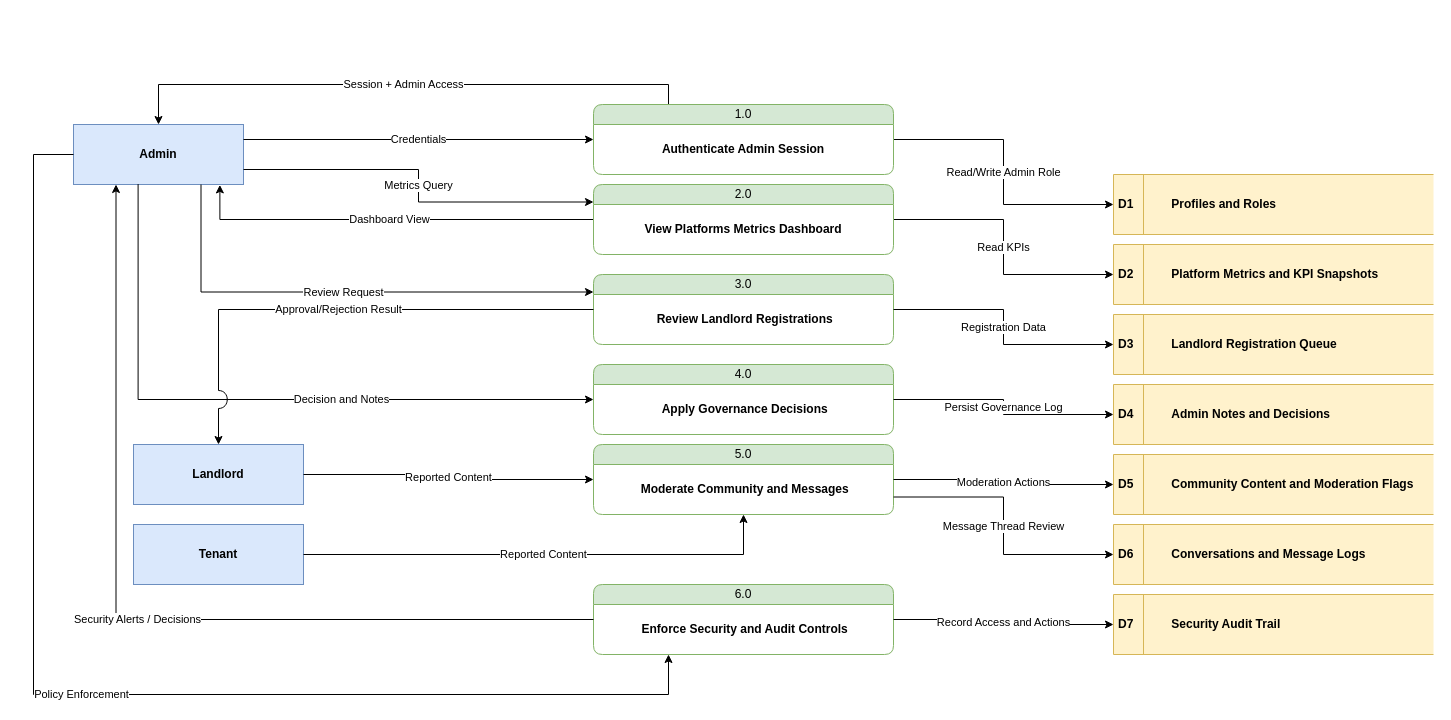
Earlier version of the draw.io diagram page "Admin DFD L1" (1 of 2) of docs/latest-documentations after major refactor/dfd-gane-sarson/dfd-level1-admin-gane-sarson.drawio (Sedictt/iReside---Capstone). Source tidied: cells renumbered, new cells numbered last; positions are measured from the earlier drawing's top-left corner, leaving out a move shared by most shapes. Both pictures are drawn from the tidied source at 100%, with x=0, y=0 at pixel (33, 104).
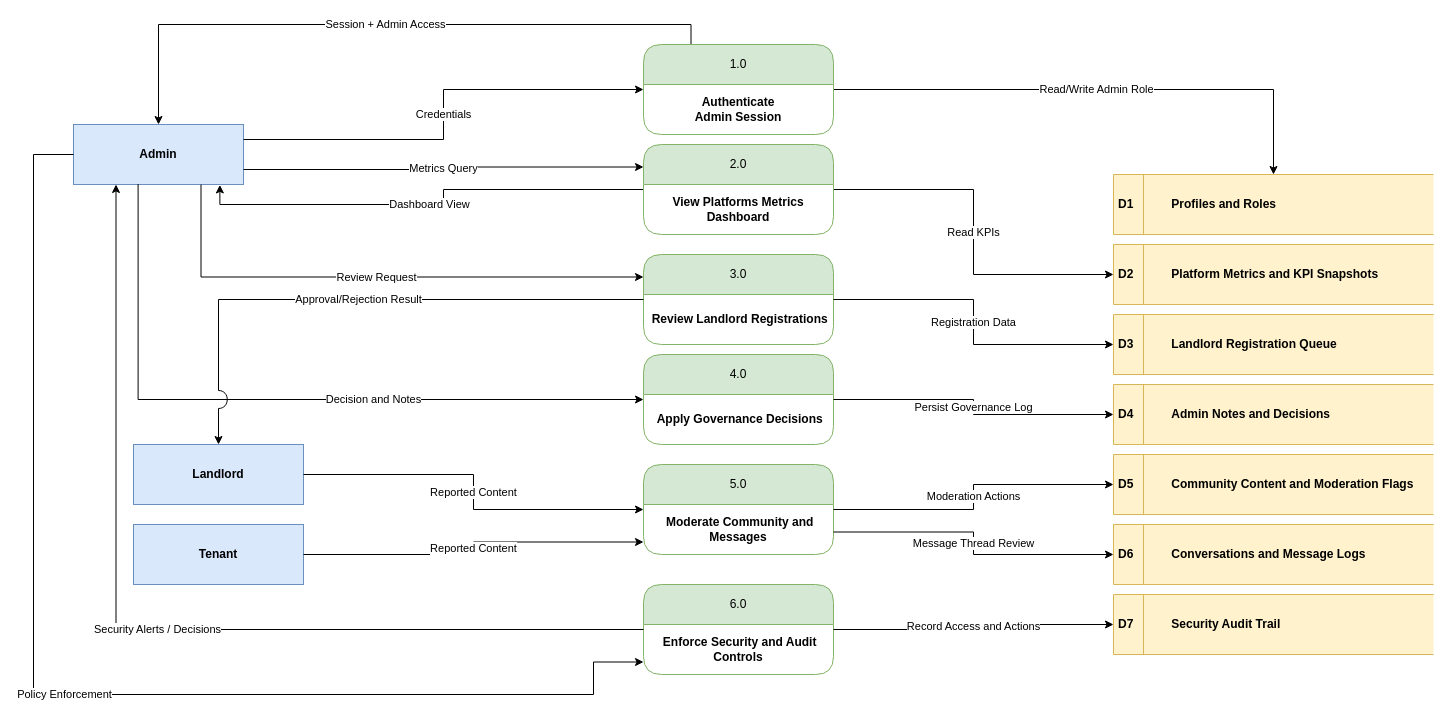
After the change.

The change refers to these unchanged cells:
```xml
<mxCell id="2" value="Admin" style="rounded=0;whiteSpace=wrap;html=1;fillColor=#dae8fc;strokeColor=#6c8ebf;fontStyle=1;" parent="1" vertex="1">
  <mxGeometry x="40" y="20" width="170" height="60" as="geometry" />
</mxCell>
<mxCell id="4" value="Tenant" style="rounded=0;whiteSpace=wrap;html=1;fillColor=#dae8fc;strokeColor=#6c8ebf;fontStyle=1;" parent="1" vertex="1">
  <mxGeometry x="100" y="420" width="170" height="60" as="geometry" />
</mxCell>
<mxCell id="14" value="D2 &lt;span style=&quot;white-space: pre;&quot;&gt;&#9;&lt;/span&gt;&lt;span style=&quot;white-space: pre;&quot;&gt;&#9;&lt;/span&gt;Platform Metrics and KPI Snapshots" style="shape=mxgraph.dfd.dataStoreID;whiteSpace=wrap;html=1;left=0;right=0;fillColor=#fff2cc;strokeColor=#d6b656;fontStyle=1;dashed=0;align=left;spacingLeft=3;points=[[0,0],[0.5,0],[1,0],[0,0.5],[1,0.5],[0,1],[0.5,1],[1,1]];" parent="1" vertex="1">
  <mxGeometry x="1080" y="140" width="320" height="60" as="geometry" />
</mxCell>
```

Diff of the diagram source:
```diff
@@
-    <mxCell id="5" value="3.0" style="shape=swimlane;whiteSpace=wrap;html=1;backgroundOutline=1;fillColor=#d5e8d4;strokeColor=#82b366;fontStyle=0;startSize=20;horizontal=1;swimlaneFillColor=#ffffff;rounded=1;align=center;verticalAlign=middle;fontFamily=Helvetica;fontSize=12;" parent="1" vertex="1">
-      <mxGeometry x="560" y="170" width="300" height="70" as="geometry" />
+    <mxCell id="5" value="3.0" style="shape=swimlane;whiteSpace=wrap;html=1;backgroundOutline=1;fillColor=#d5e8d4;strokeColor=#82b366;fontStyle=0;startSize=40;horizontal=1;swimlaneFillColor=#ffffff;rounded=1;align=center;verticalAlign=middle;fontFamily=Helvetica;fontSize=12;" parent="1" vertex="1">
+      <mxGeometry x="610" y="150" width="190" height="90" as="geometry" />
     </mxCell>
     <mxCell id="6" value="&amp;nbsp;Review Landlord Registrations" style="text;html=1;whiteSpace=wrap;strokeColor=none;fillColor=none;align=center;verticalAlign=middle;rounded=0;fontStyle=1;" parent="5" vertex="1">
-      <mxGeometry y="20" width="300" height="50" as="geometry" />
+      <mxGeometry y="40" width="190" height="50" as="geometry" />
     </mxCell>
-    <mxCell id="7" value="4.0" style="shape=swimlane;whiteSpace=wrap;html=1;backgroundOutline=1;fillColor=#d5e8d4;strokeColor=#82b366;fontStyle=0;startSize=20;horizontal=1;swimlaneFillColor=#ffffff;rounded=1;align=center;verticalAlign=middle;fontFamily=Helvetica;fontSize=12;" parent="1" vertex="1">
-      <mxGeometry x="560" y="260" width="300" height="70" as="geometry" />
+    <mxCell id="7" value="4.0" style="shape=swimlane;whiteSpace=wrap;html=1;backgroundOutline=1;fillColor=#d5e8d4;strokeColor=#82b366;fontStyle=0;startSize=40;horizontal=1;swimlaneFillColor=#ffffff;rounded=1;align=center;verticalAlign=middle;fontFamily=Helvetica;fontSize=12;" parent="1" vertex="1">
+      <mxGeometry x="610" y="250" width="190" height="90" as="geometry" />
     </mxCell>
     <mxCell id="8" value="&amp;nbsp;Apply Governance Decisions" style="text;html=1;whiteSpace=wrap;strokeColor=none;fillColor=none;align=center;verticalAlign=middle;rounded=0;fontStyle=1;" parent="7" vertex="1">
-      <mxGeometry y="20" width="300" height="50" as="geometry" />
+      <mxGeometry y="40" width="190" height="50" as="geometry" />
     </mxCell>
-    <mxCell id="9" value="5.0" style="shape=swimlane;whiteSpace=wrap;html=1;backgroundOutline=1;fillColor=#d5e8d4;strokeColor=#82b366;fontStyle=0;startSize=20;horizontal=1;swimlaneFillColor=#ffffff;rounded=1;align=center;verticalAlign=middle;fontFamily=Helvetica;fontSize=12;" parent="1" vertex="1">
-      <mxGeometry x="560" y="340" width="300" height="70" as="geometry" />
+    <mxCell id="9" value="5.0" style="shape=swimlane;whiteSpace=wrap;html=1;backgroundOutline=1;fillColor=#d5e8d4;strokeColor=#82b366;fontStyle=0;startSize=40;horizontal=1;swimlaneFillColor=#ffffff;rounded=1;align=center;verticalAlign=middle;fontFamily=Helvetica;fontSize=12;" parent="1" vertex="1">
+      <mxGeometry x="610" y="360" width="190" height="90" as="geometry" />
     </mxCell>
     <mxCell id="10" value="&amp;nbsp;Moderate Community and Messages" style="text;html=1;whiteSpace=wrap;strokeColor=none;fillColor=none;align=center;verticalAlign=middle;rounded=0;fontStyle=1;" parent="9" vertex="1">
-      <mxGeometry y="20" width="300" height="50" as="geometry" />
+      <mxGeometry y="40" width="190" height="50" as="geometry" />
     </mxCell>
-    <mxCell id="11" value="6.0" style="shape=swimlane;whiteSpace=wrap;html=1;backgroundOutline=1;fillColor=#d5e8d4;strokeColor=#82b366;fontStyle=0;startSize=20;horizontal=1;swimlaneFillColor=#ffffff;rounded=1;align=center;verticalAlign=middle;fontFamily=Helvetica;fontSize=12;" parent="1" vertex="1">
-      <mxGeometry x="560" y="480" width="300" height="70" as="geometry" />
+    <mxCell id="11" value="6.0" style="shape=swimlane;whiteSpace=wrap;html=1;backgroundOutline=1;fillColor=#d5e8d4;strokeColor=#82b366;fontStyle=0;startSize=40;horizontal=1;swimlaneFillColor=#ffffff;rounded=1;align=center;verticalAlign=middle;fontFamily=Helvetica;fontSize=12;" parent="1" vertex="1">
+      <mxGeometry x="610" y="480" width="190" height="90" as="geometry" />
     </mxCell>
     <mxCell id="12" value="&amp;nbsp;Enforce Security and Audit Controls" style="text;html=1;whiteSpace=wrap;strokeColor=none;fillColor=none;align=center;verticalAlign=middle;rounded=0;fontStyle=1;" parent="11" vertex="1">
-      <mxGeometry y="20" width="300" height="50" as="geometry" />
+      <mxGeometry y="40" width="190" height="50" as="geometry" />
     </mxCell>
@@
-    <mxCell id="24" value="Read KPIs" style="edgeStyle=orthogonalEdgeStyle;rounded=0;jettySize=auto;html=1;endArrow=classic;endFill=1;exitX=1;exitY=0.5;exitDx=0;exitDy=0;" parent="1" edge="1" source="37" target="14">
+    <mxCell id="24" value="Read KPIs" style="edgeStyle=orthogonalEdgeStyle;rounded=0;jettySize=auto;html=1;endArrow=classic;endFill=1;exitX=1;exitY=0.5;exitDx=0;exitDy=0;entryX=0;entryY=0.5;entryDx=0;entryDy=0;" parent="1" edge="1" source="37" target="14">
       <mxGeometry relative="1" as="geometry" />
     </mxCell>
@@
-    <mxCell id="31" value="Reported Content" style="edgeStyle=orthogonalEdgeStyle;rounded=0;jettySize=auto;html=1;endArrow=classic;endFill=1;" parent="1" edge="1" source="4" target="9">
+    <mxCell id="31" value="Reported Content" style="edgeStyle=orthogonalEdgeStyle;rounded=0;jettySize=auto;html=1;endArrow=classic;endFill=1;entryX=0;entryY=0.75;entryDx=0;entryDy=0;" parent="1" edge="1" source="4" target="10">
       <mxGeometry relative="1" as="geometry" />
     </mxCell>
@@
-    <mxCell id="34" value="Policy Enforcement" style="edgeStyle=orthogonalEdgeStyle;rounded=0;jettySize=auto;html=1;endArrow=classic;endFill=1;exitX=0;exitY=0.5;exitDx=0;exitDy=0;entryX=0.25;entryY=1;entryDx=0;entryDy=0;" parent="1" edge="1" source="2" target="11">
+    <mxCell id="34" value="Policy Enforcement" style="edgeStyle=orthogonalEdgeStyle;rounded=0;jettySize=auto;html=1;endArrow=classic;endFill=1;exitX=0;exitY=0.5;exitDx=0;exitDy=0;entryX=0;entryY=0.75;entryDx=0;entryDy=0;" parent="1" edge="1" source="2" target="12">
       <mxGeometry relative="1" as="geometry">
         <Array as="points">
           <mxPoint y="50" />
           <mxPoint y="590" />
-          <mxPoint x="635" y="590" />
+          <mxPoint x="560" y="590" />
+          <mxPoint x="560" y="558" />
         </Array>
       </mxGeometry>
     </mxCell>
@@
-    <mxCell id="37" value="2.0" style="rounded=1;whiteSpace=wrap;html=1;fillColor=#d5e8d4;strokeColor=#82b366;fontStyle=0;shape=swimlane;startSize=20;horizontal=1;swimlaneFillColor=#ffffff;align=center;verticalAlign=middle;fontFamily=Helvetica;fontSize=12;" parent="1" vertex="1">
-      <mxGeometry x="560" y="80" width="300" height="70" as="geometry" />
+    <mxCell id="37" value="2.0" style="rounded=1;whiteSpace=wrap;html=1;fillColor=#d5e8d4;strokeColor=#82b366;fontStyle=0;shape=swimlane;startSize=40;horizontal=1;swimlaneFillColor=#ffffff;align=center;verticalAlign=middle;fontFamily=Helvetica;fontSize=12;" parent="1" vertex="1">
+      <mxGeometry x="610" y="40" width="190" height="90" as="geometry" />
     </mxCell>
     <mxCell id="38" value="&lt;span style=&quot;&quot;&gt;View Platforms Metrics Dashboard&lt;/span&gt;" style="text;html=1;whiteSpace=wrap;strokeColor=none;fillColor=none;align=center;verticalAlign=middle;rounded=0;fontStyle=1;" parent="37" vertex="1">
-      <mxGeometry y="20" width="300" height="50" as="geometry" />
+      <mxGeometry y="40" width="190" height="50" as="geometry" />
     </mxCell>
-    <mxCell id="39" value="1.0" style="rounded=1;whiteSpace=wrap;html=1;fillColor=#d5e8d4;strokeColor=#82b366;fontStyle=0;shape=swimlane;startSize=20;horizontal=1;swimlaneFillColor=#ffffff;" parent="1" vertex="1">
-      <mxGeometry x="560" width="300" height="70" as="geometry" />
+    <mxCell id="39" value="1.0" style="rounded=1;whiteSpace=wrap;html=1;fillColor=#d5e8d4;strokeColor=#82b366;fontStyle=0;shape=swimlane;startSize=40;horizontal=1;swimlaneFillColor=#ffffff;" parent="1" vertex="1">
+      <mxGeometry x="610" y="-60" width="190" height="90" as="geometry" />
     </mxCell>
-    <mxCell id="40" value="&lt;span style=&quot;&quot;&gt;Authenticate Admin Session&lt;/span&gt;" style="text;html=1;whiteSpace=wrap;strokeColor=none;fillColor=none;align=center;verticalAlign=middle;rounded=0;fontStyle=1;" parent="39" vertex="1">
-      <mxGeometry y="20" width="300" height="50" as="geometry" />
+    <mxCell id="40" value="&lt;span style=&quot;&quot;&gt;Authenticate &lt;br&gt;Admin Session&lt;/span&gt;" style="text;html=1;whiteSpace=wrap;strokeColor=none;fillColor=none;align=center;verticalAlign=middle;rounded=0;fontStyle=1;" parent="39" vertex="1">
+      <mxGeometry y="40" width="190" height="50" as="geometry" />
     </mxCell>
```
